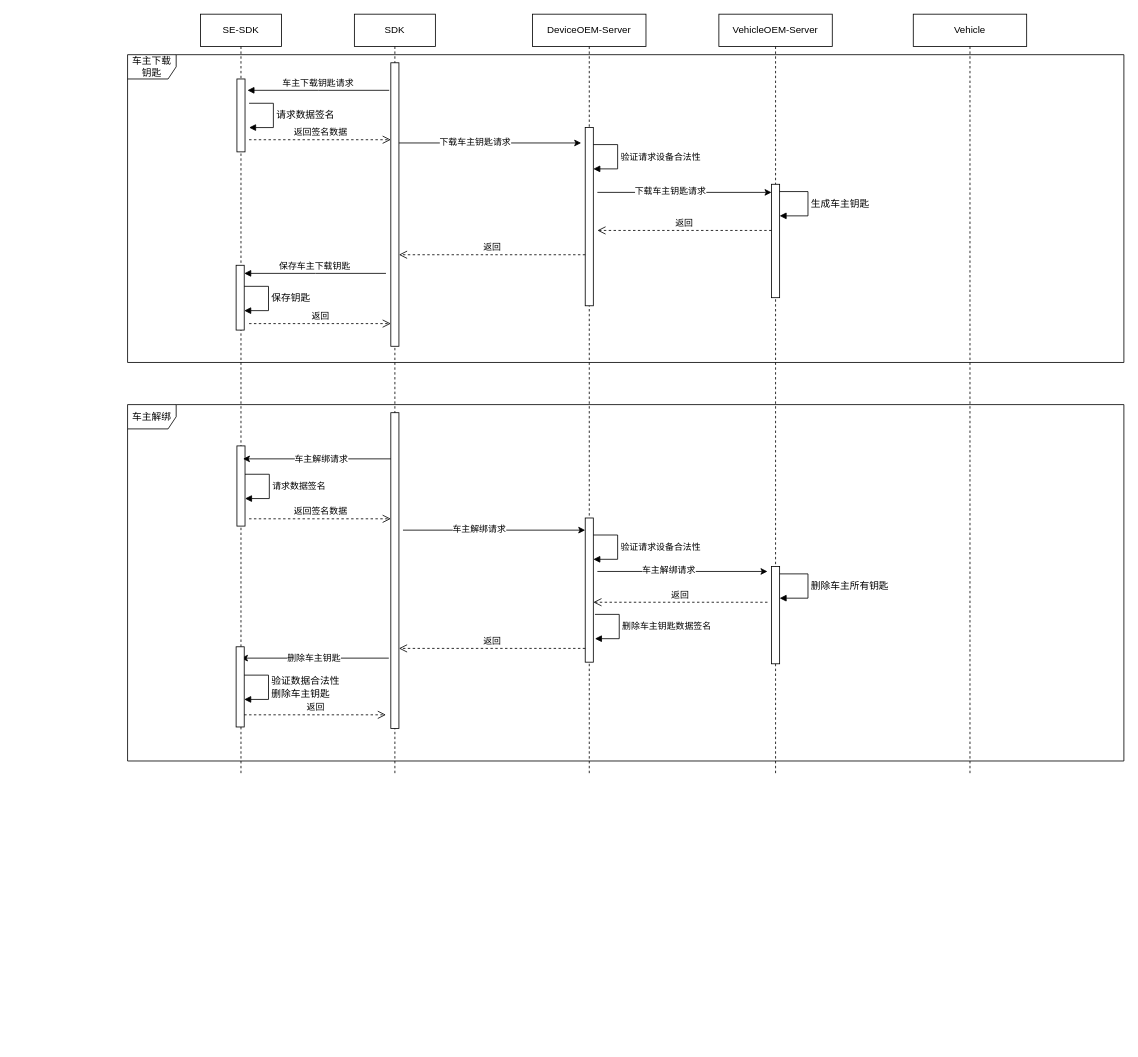
The draw.io diagram 车主下载钥匙.drawio in jianguocong/chart, before the edit. Source tidied: cells renumbered, new cells numbered last; positions are measured from the earlier drawing's top-left corner, leaving out a move shared by most shapes. Both pictures are drawn from the tidied source at 81%, with x=0, y=0 at pixel (127, 14).
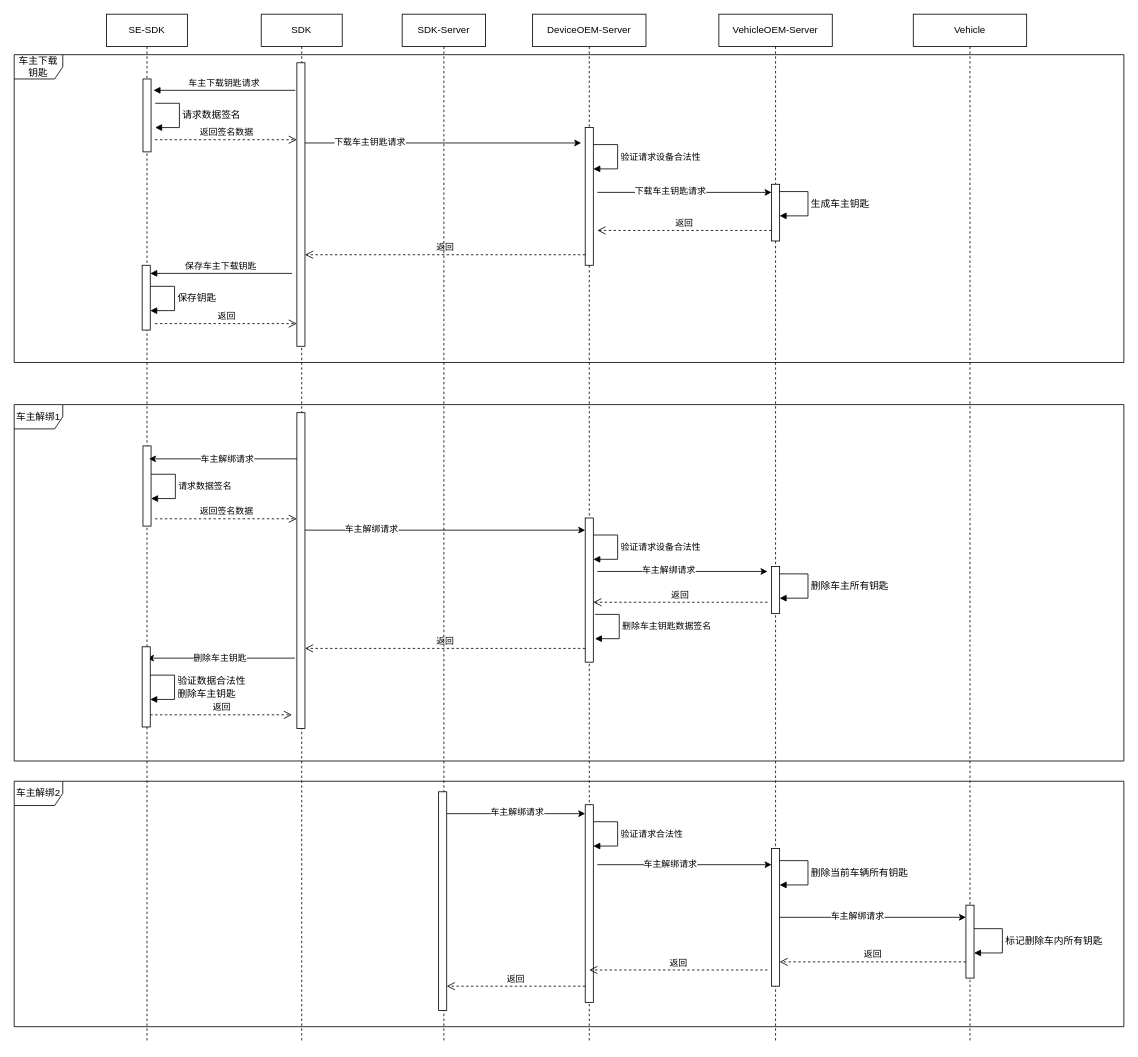
The same page after the edit.

Commit message (it also covers changes not shown here):
更新车主下载钥匙.drawio

What changed in the source:
```diff
@@
     <mxCell id="2" value="SE-SDK" style="shape=umlLifeline;perimeter=lifelinePerimeter;whiteSpace=wrap;html=1;newEdgeStyle={&quot;edgeStyle&quot;:&quot;elbowEdgeStyle&quot;,&quot;elbow&quot;:&quot;vertical&quot;,&quot;curved&quot;:0,&quot;rounded&quot;:0};" parent="1" vertex="1">
-      <mxGeometry x="90" width="100" height="940" as="geometry" />
+      <mxGeometry x="-26" width="100" height="1270" as="geometry" />
     </mxCell>
@@
     <mxCell id="5" value="SDK" style="shape=umlLifeline;perimeter=lifelinePerimeter;whiteSpace=wrap;html=1;newEdgeStyle={&quot;edgeStyle&quot;:&quot;elbowEdgeStyle&quot;,&quot;elbow&quot;:&quot;vertical&quot;,&quot;curved&quot;:0,&quot;rounded&quot;:0};" parent="1" vertex="1">
-      <mxGeometry x="280" width="100" height="940" as="geometry" />
+      <mxGeometry x="165" width="100" height="1270" as="geometry" />
     </mxCell>
     <mxCell id="6" style="html=1;points=[];perimeter=orthogonalPerimeter;outlineConnect=0;targetShapes=umlLifeline;portConstraint=eastwest;newEdgeStyle={&quot;edgeStyle&quot;:&quot;elbowEdgeStyle&quot;,&quot;elbow&quot;:&quot;vertical&quot;,&quot;curved&quot;:0,&quot;rounded&quot;:0};" parent="5" vertex="1">
-      <mxGeometry x="45" y="60" width="10" height="350" as="geometry" />
+      <mxGeometry x="44" y="60" width="10" height="350" as="geometry" />
     </mxCell>
     <mxCell id="7" style="html=1;points=[];perimeter=orthogonalPerimeter;outlineConnect=0;targetShapes=umlLifeline;portConstraint=eastwest;newEdgeStyle={&quot;edgeStyle&quot;:&quot;elbowEdgeStyle&quot;,&quot;elbow&quot;:&quot;vertical&quot;,&quot;curved&quot;:0,&quot;rounded&quot;:0};" parent="5" vertex="1">
-      <mxGeometry x="45" y="492" width="10" height="390" as="geometry" />
+      <mxGeometry x="44" y="492" width="10" height="390" as="geometry" />
     </mxCell>
     <mxCell id="8" value="车主下载钥匙请求" style="html=1;verticalAlign=bottom;endArrow=block;edgeStyle=elbowEdgeStyle;elbow=horizontal;curved=0;rounded=0;" parent="1" edge="1">
       <mxGeometry relative="1" as="geometry">
-        <mxPoint x="323" y="94" as="sourcePoint" />
-        <mxPoint x="148" y="94" as="targetPoint" />
+        <mxPoint x="207" y="94" as="sourcePoint" />
+        <mxPoint x="32" y="94" as="targetPoint" />
       </mxGeometry>
     </mxCell>
     <mxCell id="9" value="返回签名数据" style="html=1;verticalAlign=bottom;endArrow=open;dashed=1;endSize=8;edgeStyle=elbowEdgeStyle;elbow=vertical;curved=0;rounded=0;" parent="1" edge="1">
       <mxGeometry x="0.01" relative="1" as="geometry">
-        <mxPoint x="150" y="155" as="sourcePoint" />
-        <mxPoint x="325" y="155" as="targetPoint" />
+        <mxPoint x="34" y="155" as="sourcePoint" />
+        <mxPoint x="209" y="155" as="targetPoint" />
         <Array as="points">
-          <mxPoint x="240" y="155" />
+          <mxPoint x="124" y="155" />
         </Array>
       </mxGeometry>
     </mxCell>
     <mxCell id="10" value="DeviceOEM-Server" style="shape=umlLifeline;perimeter=lifelinePerimeter;whiteSpace=wrap;html=1;newEdgeStyle={&quot;edgeStyle&quot;:&quot;elbowEdgeStyle&quot;,&quot;elbow&quot;:&quot;vertical&quot;,&quot;curved&quot;:0,&quot;rounded&quot;:0};" parent="1" vertex="1">
-      <mxGeometry x="500" width="140" height="940" as="geometry" />
+      <mxGeometry x="500" width="140" height="1270" as="geometry" />
     </mxCell>
     <mxCell id="11" style="html=1;perimeter=orthogonalPerimeter;targetShapes=umlLifeline;newEdgeStyle={&quot;edgeStyle&quot;:&quot;elbowEdgeStyle&quot;,&quot;elbow&quot;:&quot;vertical&quot;,&quot;curved&quot;:0,&quot;rounded&quot;:0};" parent="10" vertex="1">
-      <mxGeometry x="65" y="140" width="10" height="220" as="geometry" />
+      <mxGeometry x="65" y="140" width="10" height="170" as="geometry" />
     </mxCell>
@@
     <mxCell id="17" value="VehicleOEM-Server" style="shape=umlLifeline;perimeter=lifelinePerimeter;whiteSpace=wrap;html=1;newEdgeStyle={&quot;edgeStyle&quot;:&quot;elbowEdgeStyle&quot;,&quot;elbow&quot;:&quot;vertical&quot;,&quot;curved&quot;:0,&quot;rounded&quot;:0};" parent="1" vertex="1">
-      <mxGeometry x="730" width="140" height="940" as="geometry" />
+      <mxGeometry x="730" width="140" height="1270" as="geometry" />
     </mxCell>
     <mxCell id="18" style="html=1;perimeter=orthogonalPerimeter;targetShapes=umlLifeline;newEdgeStyle={&quot;edgeStyle&quot;:&quot;elbowEdgeStyle&quot;,&quot;elbow&quot;:&quot;vertical&quot;,&quot;curved&quot;:0,&quot;rounded&quot;:0};" parent="17" vertex="1">
-      <mxGeometry x="65" y="682" width="10" height="120" as="geometry" />
+      <mxGeometry x="65" y="682" width="10" height="58" as="geometry" />
     </mxCell>
@@
     <mxCell id="20" style="html=1;perimeter=orthogonalPerimeter;targetShapes=umlLifeline;newEdgeStyle={&quot;edgeStyle&quot;:&quot;elbowEdgeStyle&quot;,&quot;elbow&quot;:&quot;vertical&quot;,&quot;curved&quot;:0,&quot;rounded&quot;:0};" parent="17" vertex="1">
-      <mxGeometry x="65" y="210" width="10" height="140" as="geometry" />
+      <mxGeometry x="65" y="210" width="10" height="70" as="geometry" />
     </mxCell>
@@
     <mxCell id="22" value="Vehicle" style="shape=umlLifeline;perimeter=lifelinePerimeter;whiteSpace=wrap;html=1;newEdgeStyle={&quot;edgeStyle&quot;:&quot;elbowEdgeStyle&quot;,&quot;elbow&quot;:&quot;vertical&quot;,&quot;curved&quot;:0,&quot;rounded&quot;:0};" parent="1" vertex="1">
-      <mxGeometry x="970" width="140" height="940" as="geometry" />
+      <mxGeometry x="970" width="140" height="1270" as="geometry" />
     </mxCell>
-    <mxCell id="23" style="endArrow=classic;html=1;rounded=0;" parent="1" edge="1">
+    <mxCell id="23" style="endArrow=classic;html=1;rounded=0;" parent="1" edge="1" source="6">
       <mxGeometry relative="1" as="geometry">
-        <mxPoint x="335" y="159" as="sourcePoint" />
         <mxPoint x="560" y="159" as="targetPoint" />
       </mxGeometry>
     </mxCell>
     <mxCell id="24" value="下载车主钥匙请求" style="edgeLabel;html=1;align=center;verticalAlign=middle;" parent="23" vertex="1">
-      <mxGeometry x="-0.17" y="2" relative="1" as="geometry" />
+      <mxGeometry x="-0.17" y="2" relative="1" as="geometry">
+        <mxPoint x="-63" as="offset" />
+      </mxGeometry>
     </mxCell>
@@
     <mxCell id="26" value="车主下载钥匙" style="shape=umlFrame;whiteSpace=wrap;html=1;sketch=0;strokeColor=default;align=center;verticalAlign=middle;fontFamily=Helvetica;fontSize=12;fontColor=default;fillColor=default;" parent="1" vertex="1">
-      <mxGeometry y="50" width="1230" height="380" as="geometry" />
+      <mxGeometry x="-140" y="50" width="1370" height="380" as="geometry" />
     </mxCell>
     <mxCell id="27" value="请求数据签名" style="html=1;align=left;spacingLeft=2;endArrow=block;rounded=0;edgeStyle=orthogonalEdgeStyle;curved=0;rounded=0;fontFamily=Helvetica;fontSize=12;fontColor=default;" parent="1" edge="1">
       <mxGeometry relative="1" as="geometry">
-        <mxPoint x="150" y="110" as="sourcePoint" />
-        <mxPoint x="150" y="140" as="targetPoint" />
+        <mxPoint x="34" y="110" as="sourcePoint" />
+        <mxPoint x="34" y="140" as="targetPoint" />
         <Array as="points">
-          <mxPoint x="180" y="110" />
-          <mxPoint x="180" y="140" />
+          <mxPoint x="64" y="110" />
+          <mxPoint x="64" y="140" />
         </Array>
       </mxGeometry>
     </mxCell>
     <mxCell id="28" style="endArrow=classic;html=1;rounded=0;" parent="1" edge="1">
       <mxGeometry relative="1" as="geometry">
-        <mxPoint x="325" y="549" as="sourcePoint" />
-        <mxPoint x="142.5" y="549" as="targetPoint" />
+        <mxPoint x="209" y="549" as="sourcePoint" />
+        <mxPoint x="26.5" y="549" as="targetPoint" />
       </mxGeometry>
     </mxCell>
@@
     <mxCell id="30" value="&lt;font style=&quot;font-size: 11px;&quot;&gt;请求数据签名&lt;/font&gt;" style="html=1;align=left;spacingLeft=2;endArrow=block;rounded=0;edgeStyle=orthogonalEdgeStyle;curved=0;rounded=0;fontFamily=Helvetica;fontSize=12;fontColor=default;" parent="1" edge="1">
       <mxGeometry relative="1" as="geometry">
-        <mxPoint x="145" y="568" as="sourcePoint" />
-        <mxPoint x="145" y="598" as="targetPoint" />
+        <mxPoint x="29" y="568" as="sourcePoint" />
+        <mxPoint x="29" y="598" as="targetPoint" />
         <Array as="points">
-          <mxPoint x="175" y="568" />
-          <mxPoint x="175" y="598" />
+          <mxPoint x="59" y="568" />
+          <mxPoint x="59" y="598" />
         </Array>
       </mxGeometry>
     </mxCell>
     <mxCell id="31" value="返回签名数据" style="html=1;verticalAlign=bottom;endArrow=open;dashed=1;endSize=8;edgeStyle=elbowEdgeStyle;elbow=vertical;curved=0;rounded=0;" parent="1" edge="1">
       <mxGeometry relative="1" as="geometry">
-        <mxPoint x="150" y="623" as="sourcePoint" />
-        <mxPoint x="325" y="623" as="targetPoint" />
+        <mxPoint x="34" y="623" as="sourcePoint" />
+        <mxPoint x="209" y="623" as="targetPoint" />
         <Array as="points">
-          <mxPoint x="240" y="623" />
+          <mxPoint x="124" y="623" />
         </Array>
       </mxGeometry>
     </mxCell>
-    <mxCell id="32" style="endArrow=classic;html=1;rounded=0;" parent="1" edge="1">
+    <mxCell id="32" style="endArrow=classic;html=1;rounded=0;" parent="1" edge="1" source="7">
       <mxGeometry relative="1" as="geometry">
-        <mxPoint x="340" y="637" as="sourcePoint" />
         <mxPoint x="565" y="637" as="targetPoint" />
       </mxGeometry>
     </mxCell>
     <mxCell id="33" value="车主解绑请求" style="edgeLabel;html=1;align=center;verticalAlign=middle;" parent="32" vertex="1">
-      <mxGeometry x="-0.17" y="2" relative="1" as="geometry" />
+      <mxGeometry x="-0.17" y="2" relative="1" as="geometry">
+        <mxPoint x="-63" as="offset" />
+      </mxGeometry>
     </mxCell>
-    <mxCell id="34" value="车主解绑" style="shape=umlFrame;whiteSpace=wrap;html=1;sketch=0;strokeColor=default;align=center;verticalAlign=middle;fontFamily=Helvetica;fontSize=12;fontColor=default;fillColor=default;" parent="1" vertex="1">
-      <mxGeometry y="482" width="1230" height="440" as="geometry" />
+    <mxCell id="34" value="车主解绑1" style="shape=umlFrame;whiteSpace=wrap;html=1;sketch=0;strokeColor=default;align=center;verticalAlign=middle;fontFamily=Helvetica;fontSize=12;fontColor=default;fillColor=default;" parent="1" vertex="1">
+      <mxGeometry x="-140" y="482" width="1370" height="440" as="geometry" />
     </mxCell>
-    <mxCell id="35" value="返回" style="html=1;verticalAlign=bottom;endArrow=open;dashed=1;endSize=8;edgeStyle=elbowEdgeStyle;elbow=vertical;curved=0;rounded=0;" parent="1" edge="1">
+    <mxCell id="35" value="返回" style="html=1;verticalAlign=bottom;endArrow=open;dashed=1;endSize=8;edgeStyle=elbowEdgeStyle;elbow=vertical;curved=0;rounded=0;" parent="1" edge="1" target="7">
       <mxGeometry relative="1" as="geometry">
         <mxPoint x="565" y="783" as="sourcePoint" />
-        <mxPoint x="335" y="783" as="targetPoint" />
       </mxGeometry>
     </mxCell>
     <mxCell id="36" style="endArrow=classic;html=1;rounded=0;" parent="1" edge="1">
       <mxGeometry relative="1" as="geometry">
-        <mxPoint x="322.5" y="795" as="sourcePoint" />
-        <mxPoint x="140" y="795" as="targetPoint" />
+        <mxPoint x="206.5" y="795" as="sourcePoint" />
+        <mxPoint x="24" y="795" as="targetPoint" />
       </mxGeometry>
     </mxCell>
@@
     <mxCell id="38" style="html=1;perimeter=orthogonalPerimeter;targetShapes=umlLifeline;newEdgeStyle={&quot;edgeStyle&quot;:&quot;elbowEdgeStyle&quot;,&quot;elbow&quot;:&quot;vertical&quot;,&quot;curved&quot;:0,&quot;rounded&quot;:0};" parent="1" vertex="1">
-      <mxGeometry x="134" y="781" width="10" height="99" as="geometry" />
+      <mxGeometry x="18" y="781" width="10" height="99" as="geometry" />
     </mxCell>
     <mxCell id="39" value="验证数据合法性&lt;div&gt;删除车主钥匙&lt;/div&gt;" style="html=1;align=left;spacingLeft=2;endArrow=block;rounded=0;edgeStyle=orthogonalEdgeStyle;curved=0;rounded=0;fontFamily=Helvetica;fontSize=12;fontColor=default;" parent="1" edge="1">
       <mxGeometry relative="1" as="geometry">
-        <mxPoint x="144" y="816" as="sourcePoint" />
-        <mxPoint x="144" y="846" as="targetPoint" />
+        <mxPoint x="28" y="816" as="sourcePoint" />
+        <mxPoint x="28" y="846" as="targetPoint" />
         <Array as="points">
-          <mxPoint x="174" y="816" />
-          <mxPoint x="174" y="846" />
+          <mxPoint x="58" y="816" />
+          <mxPoint x="58" y="846" />
         </Array>
       </mxGeometry>
     </mxCell>
     <mxCell id="40" value="返回" style="html=1;verticalAlign=bottom;endArrow=open;dashed=1;endSize=8;edgeStyle=elbowEdgeStyle;elbow=horizontal;curved=0;rounded=0;" parent="1" edge="1">
       <mxGeometry relative="1" as="geometry">
-        <mxPoint x="144" y="865" as="sourcePoint" />
-        <mxPoint x="319" y="865" as="targetPoint" />
+        <mxPoint x="28" y="865" as="sourcePoint" />
+        <mxPoint x="203" y="865" as="targetPoint" />
         <Array as="points">
-          <mxPoint x="234" y="865" />
+          <mxPoint x="118" y="865" />
         </Array>
       </mxGeometry>
     </mxCell>
@@
-    <mxCell id="44" value="返回" style="html=1;verticalAlign=bottom;endArrow=open;dashed=1;endSize=8;edgeStyle=elbowEdgeStyle;elbow=vertical;curved=0;rounded=0;" parent="1" edge="1">
+    <mxCell id="44" value="返回" style="html=1;verticalAlign=bottom;endArrow=open;dashed=1;endSize=8;edgeStyle=elbowEdgeStyle;elbow=vertical;curved=0;rounded=0;" parent="1" edge="1" target="6">
       <mxGeometry relative="1" as="geometry">
         <mxPoint x="565" y="297" as="sourcePoint" />
-        <mxPoint x="335" y="297" as="targetPoint" />
       </mxGeometry>
     </mxCell>
     <mxCell id="45" style="html=1;perimeter=orthogonalPerimeter;targetShapes=umlLifeline;newEdgeStyle={&quot;edgeStyle&quot;:&quot;elbowEdgeStyle&quot;,&quot;elbow&quot;:&quot;vertical&quot;,&quot;curved&quot;:0,&quot;rounded&quot;:0};" parent="1" vertex="1">
-      <mxGeometry x="134" y="310" width="10" height="80" as="geometry" />
+      <mxGeometry x="18" y="310" width="10" height="80" as="geometry" />
     </mxCell>
     <mxCell id="46" value="保存车主下载钥匙" style="html=1;verticalAlign=bottom;endArrow=block;edgeStyle=elbowEdgeStyle;elbow=horizontal;curved=0;rounded=0;" parent="1" edge="1">
       <mxGeometry relative="1" as="geometry">
-        <mxPoint x="319" y="320" as="sourcePoint" />
-        <mxPoint x="144" y="320" as="targetPoint" />
+        <mxPoint x="203" y="320" as="sourcePoint" />
+        <mxPoint x="28" y="320" as="targetPoint" />
       </mxGeometry>
     </mxCell>
     <mxCell id="47" value="返回" style="html=1;verticalAlign=bottom;endArrow=open;dashed=1;endSize=8;edgeStyle=elbowEdgeStyle;elbow=vertical;curved=0;rounded=0;" parent="1" edge="1">
       <mxGeometry x="0.01" relative="1" as="geometry">
-        <mxPoint x="150" y="382" as="sourcePoint" />
-        <mxPoint x="325" y="382" as="targetPoint" />
+        <mxPoint x="34" y="382" as="sourcePoint" />
+        <mxPoint x="209" y="382" as="targetPoint" />
         <Array as="points">
-          <mxPoint x="240" y="382" />
+          <mxPoint x="124" y="382" />
         </Array>
       </mxGeometry>
     </mxCell>
     <mxCell id="48" value="保存钥匙" style="html=1;align=left;spacingLeft=2;endArrow=block;rounded=0;edgeStyle=orthogonalEdgeStyle;curved=0;rounded=0;fontFamily=Helvetica;fontSize=12;fontColor=default;" parent="1" edge="1">
       <mxGeometry relative="1" as="geometry">
-        <mxPoint x="144" y="336" as="sourcePoint" />
-        <mxPoint x="144" y="366" as="targetPoint" />
+        <mxPoint x="28" y="336" as="sourcePoint" />
+        <mxPoint x="28" y="366" as="targetPoint" />
         <Array as="points">
-          <mxPoint x="174" y="336" />
-          <mxPoint x="174" y="366" />
+          <mxPoint x="58" y="336" />
+          <mxPoint x="58" y="366" />
         </Array>
       </mxGeometry>
     </mxCell>
@@
+    <mxCell id="50" style="html=1;perimeter=orthogonalPerimeter;targetShapes=umlLifeline;newEdgeStyle={&quot;edgeStyle&quot;:&quot;elbowEdgeStyle&quot;,&quot;elbow&quot;:&quot;vertical&quot;,&quot;curved&quot;:0,&quot;rounded&quot;:0};" parent="1" vertex="1">
+      <mxGeometry x="565" y="976" width="10" height="244" as="geometry" />
+    </mxCell>
+    <mxCell id="51" style="endArrow=classic;html=1;rounded=0;entryX=0.5;entryY=0.037;entryDx=0;entryDy=0;entryPerimeter=0;" parent="1" edge="1">
+      <mxGeometry relative="1" as="geometry">
+        <mxPoint x="580" y="1050" as="sourcePoint" />
+        <mxPoint x="795" y="1050" as="targetPoint" />
+      </mxGeometry>
+    </mxCell>
+    <mxCell id="52" value="车主解绑请求" style="edgeLabel;html=1;align=center;verticalAlign=middle;" parent="51" vertex="1">
+      <mxGeometry x="-0.17" y="2" relative="1" as="geometry" />
+    </mxCell>
+    <mxCell id="53" value="&lt;font style=&quot;font-size: 11px;&quot;&gt;验证请求合法性&lt;/font&gt;" style="html=1;align=left;spacingLeft=2;endArrow=block;rounded=0;edgeStyle=orthogonalEdgeStyle;curved=0;rounded=0;fontFamily=Helvetica;fontSize=12;fontColor=default;" parent="1" edge="1">
+      <mxGeometry relative="1" as="geometry">
+        <mxPoint x="575" y="997" as="sourcePoint" />
+        <mxPoint x="575" y="1027" as="targetPoint" />
+        <Array as="points">
+          <mxPoint x="605" y="997" />
+          <mxPoint x="605" y="1027" />
+        </Array>
+      </mxGeometry>
+    </mxCell>
+    <mxCell id="54" style="html=1;perimeter=orthogonalPerimeter;targetShapes=umlLifeline;newEdgeStyle={&quot;edgeStyle&quot;:&quot;elbowEdgeStyle&quot;,&quot;elbow&quot;:&quot;vertical&quot;,&quot;curved&quot;:0,&quot;rounded&quot;:0};" parent="1" vertex="1">
+      <mxGeometry x="795" y="1030" width="10" height="170" as="geometry" />
+    </mxCell>
+    <mxCell id="55" value="删除当前车辆所有钥匙" style="html=1;align=left;spacingLeft=2;endArrow=block;rounded=0;edgeStyle=orthogonalEdgeStyle;curved=0;rounded=0;fontFamily=Helvetica;fontSize=12;fontColor=default;" parent="1" edge="1">
+      <mxGeometry relative="1" as="geometry">
+        <mxPoint x="805" y="1045" as="sourcePoint" />
+        <mxPoint x="805" y="1075" as="targetPoint" />
+        <Array as="points">
+          <mxPoint x="840" y="1045" />
+          <mxPoint x="840" y="1075" />
+        </Array>
+      </mxGeometry>
+    </mxCell>
+    <mxCell id="56" style="endArrow=classic;html=1;rounded=0;" parent="1" edge="1">
+      <mxGeometry relative="1" as="geometry">
+        <mxPoint x="394" y="987" as="sourcePoint" />
+        <mxPoint x="565" y="987" as="targetPoint" />
+      </mxGeometry>
+    </mxCell>
+    <mxCell id="57" value="车主解绑请求" style="edgeLabel;html=1;align=center;verticalAlign=middle;" parent="56" vertex="1">
+      <mxGeometry x="-0.17" y="2" relative="1" as="geometry">
+        <mxPoint x="15" y="-1" as="offset" />
+      </mxGeometry>
+    </mxCell>
+    <mxCell id="58" value="车主解绑2" style="shape=umlFrame;whiteSpace=wrap;html=1;sketch=0;strokeColor=default;align=center;verticalAlign=middle;fontFamily=Helvetica;fontSize=12;fontColor=default;fillColor=default;" parent="1" vertex="1">
+      <mxGeometry x="-140" y="947" width="1370" height="303" as="geometry" />
+    </mxCell>
+    <mxCell id="59" value="返回" style="html=1;verticalAlign=bottom;endArrow=open;dashed=1;endSize=8;edgeStyle=elbowEdgeStyle;elbow=vertical;curved=0;rounded=0;" parent="1" edge="1">
+      <mxGeometry relative="1" as="geometry">
+        <mxPoint x="565" y="1200" as="sourcePoint" />
+        <mxPoint x="394" y="1200" as="targetPoint" />
+      </mxGeometry>
+    </mxCell>
+    <mxCell id="60" value="SDK-Server" style="shape=umlLifeline;perimeter=lifelinePerimeter;whiteSpace=wrap;html=1;newEdgeStyle={&quot;edgeStyle&quot;:&quot;elbowEdgeStyle&quot;,&quot;elbow&quot;:&quot;vertical&quot;,&quot;curved&quot;:0,&quot;rounded&quot;:0};" parent="1" vertex="1">
+      <mxGeometry x="339" width="103" height="1270" as="geometry" />
+    </mxCell>
+    <mxCell id="61" style="html=1;perimeter=orthogonalPerimeter;targetShapes=umlLifeline;newEdgeStyle={&quot;edgeStyle&quot;:&quot;elbowEdgeStyle&quot;,&quot;elbow&quot;:&quot;vertical&quot;,&quot;curved&quot;:0,&quot;rounded&quot;:0};" parent="60" vertex="1">
+      <mxGeometry x="45" y="960" width="10" height="270" as="geometry" />
+    </mxCell>
+    <mxCell id="62" style="endArrow=classic;html=1;rounded=0;" parent="1" edge="1">
+      <mxGeometry relative="1" as="geometry">
+        <mxPoint x="805" y="1115" as="sourcePoint" />
+        <mxPoint x="1035" y="1115" as="targetPoint" />
+      </mxGeometry>
+    </mxCell>
+    <mxCell id="63" value="车主解绑请求" style="edgeLabel;html=1;align=center;verticalAlign=middle;" parent="62" vertex="1">
+      <mxGeometry x="-0.17" y="2" relative="1" as="geometry" />
+    </mxCell>
+    <mxCell id="64" style="html=1;points=[];perimeter=orthogonalPerimeter;outlineConnect=0;targetShapes=umlLifeline;portConstraint=eastwest;newEdgeStyle={&quot;edgeStyle&quot;:&quot;elbowEdgeStyle&quot;,&quot;elbow&quot;:&quot;vertical&quot;,&quot;curved&quot;:0,&quot;rounded&quot;:0};" parent="1" vertex="1">
+      <mxGeometry x="1035" y="1100" width="10" height="90" as="geometry" />
+    </mxCell>
+    <mxCell id="65" value="标记删除车内所有钥匙" style="html=1;align=left;spacingLeft=2;endArrow=block;rounded=0;edgeStyle=orthogonalEdgeStyle;curved=0;rounded=0;fontFamily=Helvetica;fontSize=12;fontColor=default;" parent="1" edge="1">
+      <mxGeometry relative="1" as="geometry">
+        <mxPoint x="1045" y="1129" as="sourcePoint" />
+        <mxPoint x="1045" y="1159" as="targetPoint" />
+        <Array as="points">
+          <mxPoint x="1080" y="1129" />
+          <mxPoint x="1080" y="1159" />
+        </Array>
+      </mxGeometry>
+    </mxCell>
+    <mxCell id="66" value="返回" style="html=1;verticalAlign=bottom;endArrow=open;dashed=1;endSize=8;edgeStyle=elbowEdgeStyle;elbow=vertical;curved=0;rounded=0;" parent="1" edge="1" source="64">
+      <mxGeometry relative="1" as="geometry">
+        <mxPoint x="805" y="1170" as="targetPoint" />
+      </mxGeometry>
+    </mxCell>
+    <mxCell id="67" value="返回" style="html=1;verticalAlign=bottom;endArrow=open;dashed=1;endSize=8;edgeStyle=elbowEdgeStyle;elbow=vertical;curved=0;rounded=0;" parent="1" edge="1">
+      <mxGeometry relative="1" as="geometry">
+        <mxPoint x="790" y="1180" as="sourcePoint" />
+        <mxPoint x="570" y="1180" as="targetPoint" />
+      </mxGeometry>
+    </mxCell>
```
